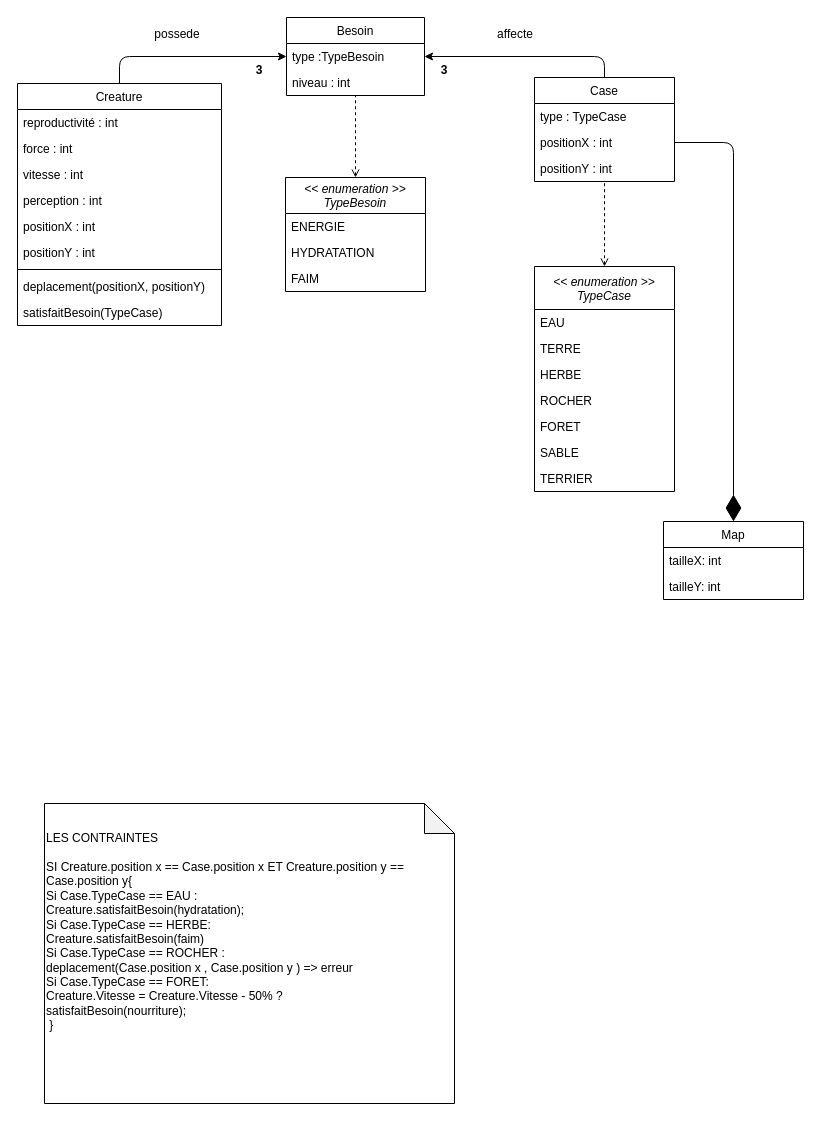
Above: assets/UML.drawio in Papittson/TER-Ho_Possum (draw.io), before the change. Source tidied: cells renumbered, new cells numbered last; positions are measured from the earlier drawing's top-left corner, leaving out a move shared by most shapes. Both pictures are drawn from the tidied source at 100%, with x=0, y=0 at pixel (17, 17).
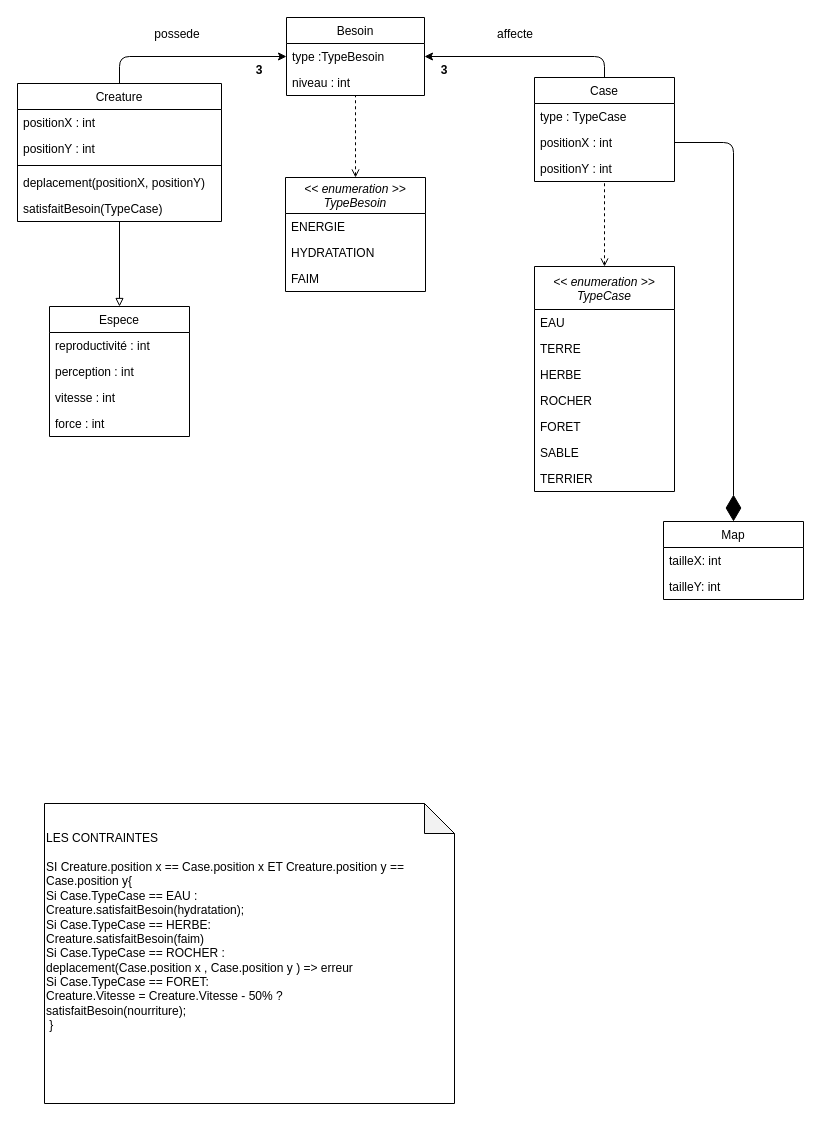
Above is the later version.

Commit message:
ajout de la classe espece

Diff of the diagram source:
```diff
@@
+    <mxCell id="44" style="edgeStyle=orthogonalEdgeStyle;rounded=0;jettySize=auto;html=1;entryX=0.5;entryY=0;entryDx=0;entryDy=0;endArrow=block;endFill=0;" parent="1" edge="1" source="2" target="45">
+      <mxGeometry relative="1" as="geometry" />
+    </mxCell>
     <mxCell id="2" value="Creature" style="swimlane;fontStyle=0;horizontal=1;startSize=26;fillColor=none;rounded=0;sketch=0;" parent="1" vertex="1">
-      <mxGeometry y="66" width="204" height="242" as="geometry" />
+      <mxGeometry y="66" width="204" height="138" as="geometry" />
     </mxCell>
-    <mxCell id="3" value="reproductivité : int" style="text;strokeColor=none;fillColor=none;align=left;verticalAlign=top;spacingLeft=4;spacingRight=4;overflow=hidden;rounded=0;sketch=0;" parent="2" vertex="1">
-      <mxGeometry y="26" width="204" height="26" as="geometry" />
-    </mxCell>
-    <mxCell id="4" value="force : int" style="text;strokeColor=none;fillColor=none;align=left;verticalAlign=top;spacingLeft=4;spacingRight=4;overflow=hidden;rounded=0;sketch=0;" parent="2" vertex="1">
-      <mxGeometry y="52" width="204" height="26" as="geometry" />
-    </mxCell>
-    <mxCell id="5" value="vitesse : int" style="text;strokeColor=none;fillColor=none;align=left;verticalAlign=top;spacingLeft=4;spacingRight=4;overflow=hidden;rounded=0;sketch=0;" parent="2" vertex="1">
-      <mxGeometry y="78" width="204" height="26" as="geometry" />
-    </mxCell>
-    <mxCell id="6" value="perception : int" style="text;strokeColor=none;fillColor=none;align=left;verticalAlign=top;spacingLeft=4;spacingRight=4;overflow=hidden;rounded=0;sketch=0;" parent="2" vertex="1">
-      <mxGeometry y="104" width="204" height="26" as="geometry" />
-    </mxCell>
     <mxCell id="7" value="positionX : int&#10;" style="text;strokeColor=none;fillColor=none;align=left;verticalAlign=top;spacingLeft=4;spacingRight=4;overflow=hidden;rounded=0;sketch=0;" parent="2" vertex="1">
-      <mxGeometry y="130" width="204" height="26" as="geometry" />
+      <mxGeometry y="26" width="204" height="26" as="geometry" />
     </mxCell>
     <mxCell id="8" value="positionY : int&#10;" style="text;strokeColor=none;fillColor=none;align=left;verticalAlign=top;spacingLeft=4;spacingRight=4;overflow=hidden;rounded=0;sketch=0;" parent="2" vertex="1">
-      <mxGeometry y="156" width="204" height="26" as="geometry" />
+      <mxGeometry y="52" width="204" height="26" as="geometry" />
     </mxCell>
     <mxCell id="9" style="line;strokeWidth=1;fillColor=none;align=left;verticalAlign=middle;spacingTop=-1;spacingLeft=3;spacingRight=3;labelPosition=right;rounded=0;sketch=0;" parent="2" vertex="1">
-      <mxGeometry y="182" width="204" height="8" as="geometry" />
+      <mxGeometry y="78" width="204" height="8" as="geometry" />
     </mxCell>
     <mxCell id="10" value="deplacement(positionX, positionY)" style="text;strokeColor=none;fillColor=none;align=left;verticalAlign=top;spacingLeft=4;spacingRight=4;overflow=hidden;rounded=0;sketch=0;" parent="2" vertex="1">
-      <mxGeometry y="190" width="204" height="26" as="geometry" />
+      <mxGeometry y="86" width="204" height="26" as="geometry" />
     </mxCell>
     <mxCell id="11" value="satisfaitBesoin(TypeCase)" style="text;strokeColor=none;fillColor=none;align=left;verticalAlign=top;spacingLeft=4;spacingRight=4;overflow=hidden;rounded=0;sketch=0;" parent="2" vertex="1">
-      <mxGeometry y="216" width="204" height="26" as="geometry" />
+      <mxGeometry y="112" width="204" height="26" as="geometry" />
     </mxCell>
@@
+    <mxCell id="45" value="Espece" style="swimlane;fontStyle=0;horizontal=1;startSize=26;fillColor=none;" parent="1" vertex="1">
+      <mxGeometry x="32" y="289" width="140" height="130" as="geometry" />
+    </mxCell>
+    <mxCell id="3" value="reproductivité : int" style="text;strokeColor=none;fillColor=none;align=left;verticalAlign=top;spacingLeft=4;spacingRight=4;overflow=hidden;rounded=0;sketch=0;" parent="45" vertex="1">
+      <mxGeometry y="26" width="140" height="26" as="geometry" />
+    </mxCell>
+    <mxCell id="6" value="perception : int" style="text;strokeColor=none;fillColor=none;align=left;verticalAlign=top;spacingLeft=4;spacingRight=4;overflow=hidden;rounded=0;sketch=0;" parent="45" vertex="1">
+      <mxGeometry y="52" width="140" height="26" as="geometry" />
+    </mxCell>
+    <mxCell id="5" value="vitesse : int" style="text;strokeColor=none;fillColor=none;align=left;verticalAlign=top;spacingLeft=4;spacingRight=4;overflow=hidden;rounded=0;sketch=0;" parent="45" vertex="1">
+      <mxGeometry y="78" width="140" height="26" as="geometry" />
+    </mxCell>
+    <mxCell id="4" value="force : int" style="text;strokeColor=none;fillColor=none;align=left;verticalAlign=top;spacingLeft=4;spacingRight=4;overflow=hidden;rounded=0;sketch=0;" parent="45" vertex="1">
+      <mxGeometry y="104" width="140" height="26" as="geometry" />
+    </mxCell>
```
